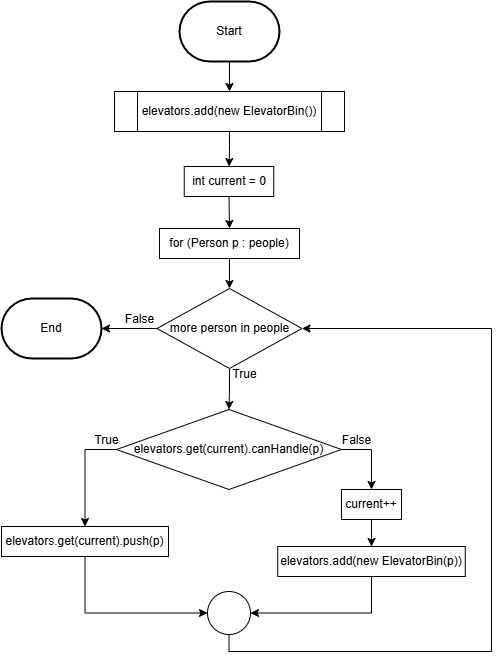
The draw.io diagram flowcharts/flowcharts-nextFit().drawio.png in Violetlily6060/Algorithm, before a commit. Source tidied: cells renumbered, new cells last; positions are measured from the earlier drawing's top-left corner, leaving out a move shared by most shapes.
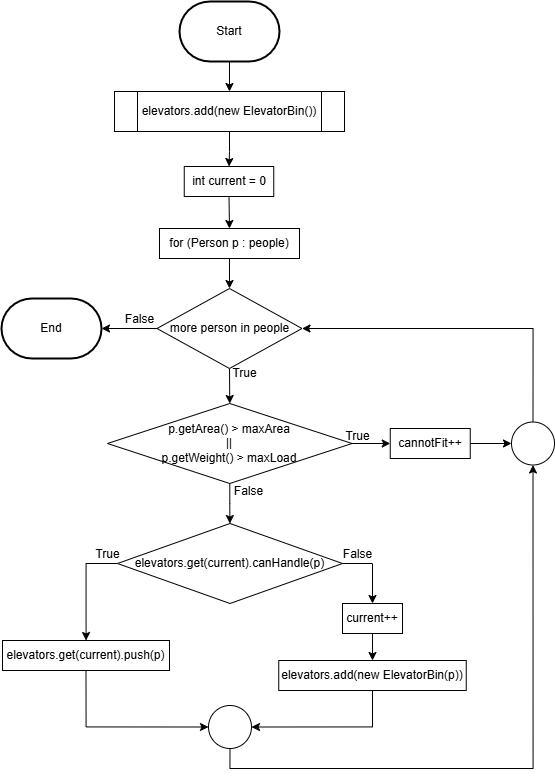
Later version of the same file.

What changed in the source:
```diff
@@ -23,9 +23,9 @@
     <mxCell id="8" style="edgeStyle=orthogonalEdgeStyle;rounded=0;jettySize=auto;html=1;" parent="1" edge="1" source="10" target="20">
       <mxGeometry relative="1" as="geometry" />
     </mxCell>
-    <mxCell id="9" style="edgeStyle=orthogonalEdgeStyle;rounded=0;jettySize=auto;html=1;exitX=0.5;exitY=1;exitDx=0;exitDy=0;entryX=0.5;entryY=0;entryDx=0;entryDy=0;" parent="1" edge="1" source="10" target="13">
-      <mxGeometry relative="1" as="geometry" />
-    </mxCell>
+    <mxCell id="29" style="edgeStyle=orthogonalEdgeStyle;rounded=0;jettySize=auto;html=1;exitX=0.5;exitY=1;exitDx=0;exitDy=0;entryX=0.5;entryY=0;entryDx=0;entryDy=0;" parent="1" edge="1" source="10" target="33">
+      <mxGeometry relative="1" as="geometry" />
+    </mxCell>
     <mxCell id="10" value="more person in people" style="rhombus;whiteSpace=wrap;html=1;" parent="1" vertex="1">
       <mxGeometry x="155.5" y="287" width="145" height="80" as="geometry" />
     </mxCell>
@@ -36,22 +36,22 @@
       <mxGeometry relative="1" as="geometry" />
     </mxCell>
     <mxCell id="13" value="elevators.get(current).canHandle(p)" style="rhombus;whiteSpace=wrap;html=1;" parent="1" vertex="1">
-      <mxGeometry x="115" y="408" width="225" height="80" as="geometry" />
+      <mxGeometry x="116" y="522" width="225" height="80" as="geometry" />
     </mxCell>
     <mxCell id="14" style="edgeStyle=orthogonalEdgeStyle;rounded=0;jettySize=auto;html=1;exitX=0.5;exitY=1;exitDx=0;exitDy=0;entryX=0;entryY=0.5;entryDx=0;entryDy=0;" parent="1" edge="1" source="15" target="28">
       <mxGeometry relative="1" as="geometry" />
     </mxCell>
     <mxCell id="15" value="elevators.get(current).push(p)" style="rounded=0;whiteSpace=wrap;html=1;" parent="1" vertex="1">
-      <mxGeometry y="525" width="167" height="30" as="geometry" />
+      <mxGeometry x="1" y="639" width="167" height="30" as="geometry" />
     </mxCell>
     <mxCell id="16" value="True" style="text;html=1;align=center;verticalAlign=middle;strokeColor=none;fillColor=none;" parent="1" vertex="1">
-      <mxGeometry x="217.5" y="358" width="50" height="30" as="geometry" />
+      <mxGeometry x="218.3" y="357" width="50" height="30" as="geometry" />
     </mxCell>
     <mxCell id="17" value="True" style="text;html=1;align=center;verticalAlign=middle;strokeColor=none;fillColor=none;" parent="1" vertex="1">
-      <mxGeometry x="80" y="424" width="50" height="30" as="geometry" />
+      <mxGeometry x="81" y="538" width="50" height="30" as="geometry" />
     </mxCell>
     <mxCell id="18" value="False" style="text;html=1;align=center;verticalAlign=middle;strokeColor=none;fillColor=none;" parent="1" vertex="1">
-      <mxGeometry x="330" y="424" width="50" height="30" as="geometry" />
+      <mxGeometry x="331" y="538" width="50" height="30" as="geometry" />
     </mxCell>
     <mxCell id="19" value="False" style="text;html=1;align=center;verticalAlign=middle;strokeColor=none;fillColor=none;" parent="1" vertex="1">
       <mxGeometry x="113" y="303" width="50" height="30" as="geometry" />
@@ -69,25 +69,46 @@
       <mxGeometry relative="1" as="geometry" />
     </mxCell>
     <mxCell id="24" value="current++" style="rounded=0;whiteSpace=wrap;html=1;" parent="1" vertex="1">
-      <mxGeometry x="340" y="488" width="60" height="30" as="geometry" />
+      <mxGeometry x="341" y="602" width="60" height="30" as="geometry" />
     </mxCell>
     <mxCell id="25" style="edgeStyle=orthogonalEdgeStyle;rounded=0;jettySize=auto;html=1;exitX=0.5;exitY=1;exitDx=0;exitDy=0;entryX=1;entryY=0.5;entryDx=0;entryDy=0;" parent="1" edge="1" source="26" target="28">
       <mxGeometry relative="1" as="geometry" />
     </mxCell>
     <mxCell id="26" value="elevators.add(new ElevatorBin(p))" style="rounded=0;whiteSpace=wrap;html=1;" parent="1" vertex="1">
-      <mxGeometry x="276.2" y="545" width="187.5" height="30" as="geometry" />
+      <mxGeometry x="277.2" y="659" width="187.5" height="30" as="geometry" />
     </mxCell>
-    <mxCell id="27" style="edgeStyle=orthogonalEdgeStyle;rounded=0;jettySize=auto;html=1;exitX=0.5;exitY=1;exitDx=0;exitDy=0;entryX=1;entryY=0.5;entryDx=0;entryDy=0;" parent="1" edge="1" source="28" target="10">
-      <mxGeometry relative="1" as="geometry">
-        <Array as="points">
-          <mxPoint x="228" y="650" />
-          <mxPoint x="490" y="650" />
-          <mxPoint x="490" y="327" />
-        </Array>
-      </mxGeometry>
-    </mxCell>
+    <mxCell id="30" style="edgeStyle=orthogonalEdgeStyle;rounded=0;jettySize=auto;html=1;exitX=0.5;exitY=1;exitDx=0;exitDy=0;entryX=0.5;entryY=1;entryDx=0;entryDy=0;" parent="1" edge="1" source="28" target="39">
+      <mxGeometry relative="1" as="geometry" />
+    </mxCell>
     <mxCell id="28" style="ellipse;whiteSpace=wrap;html=1;" parent="1" vertex="1">
-      <mxGeometry x="206" y="590" width="43" height="43" as="geometry" />
+      <mxGeometry x="207" y="704" width="43" height="43" as="geometry" />
     </mxCell>
+    <mxCell id="31" style="edgeStyle=orthogonalEdgeStyle;rounded=0;jettySize=auto;html=1;" parent="1" edge="1" source="33" target="13">
+      <mxGeometry relative="1" as="geometry" />
+    </mxCell>
+    <mxCell id="32" style="edgeStyle=orthogonalEdgeStyle;rounded=0;jettySize=auto;html=1;" parent="1" edge="1" source="33" target="36">
+      <mxGeometry relative="1" as="geometry" />
+    </mxCell>
+    <mxCell id="33" value="p.getArea() &amp;gt; maxArea&lt;br&gt;||&lt;div&gt;p.getWeight() &amp;gt; maxLoad&lt;/div&gt;" style="rhombus;whiteSpace=wrap;html=1;" parent="1" vertex="1">
+      <mxGeometry x="106" y="402" width="244.5" height="80" as="geometry" />
+    </mxCell>
+    <mxCell id="34" value="False" style="text;html=1;align=center;verticalAlign=middle;strokeColor=none;fillColor=none;" parent="1" vertex="1">
+      <mxGeometry x="222.2" y="475" width="50" height="30" as="geometry" />
+    </mxCell>
+    <mxCell id="35" style="edgeStyle=orthogonalEdgeStyle;rounded=0;jettySize=auto;html=1;" parent="1" edge="1" source="36" target="39">
+      <mxGeometry relative="1" as="geometry" />
+    </mxCell>
+    <mxCell id="36" value="cannotFit++" style="rounded=0;whiteSpace=wrap;html=1;" parent="1" vertex="1">
+      <mxGeometry x="388.8" y="427" width="80" height="30" as="geometry" />
+    </mxCell>
+    <mxCell id="37" value="True" style="text;html=1;align=center;verticalAlign=middle;strokeColor=none;fillColor=none;" parent="1" vertex="1">
+      <mxGeometry x="331" y="420" width="50" height="30" as="geometry" />
+    </mxCell>
+    <mxCell id="38" style="edgeStyle=orthogonalEdgeStyle;rounded=0;jettySize=auto;html=1;exitX=0.5;exitY=0;exitDx=0;exitDy=0;entryX=1;entryY=0.5;entryDx=0;entryDy=0;" parent="1" edge="1" source="39" target="10">
+      <mxGeometry relative="1" as="geometry" />
+    </mxCell>
+    <mxCell id="39" style="ellipse;whiteSpace=wrap;html=1;" parent="1" vertex="1">
+      <mxGeometry x="510" y="420.5" width="43" height="43" as="geometry" />
+    </mxCell>
   </root>
 </mxGraphModel>
```
